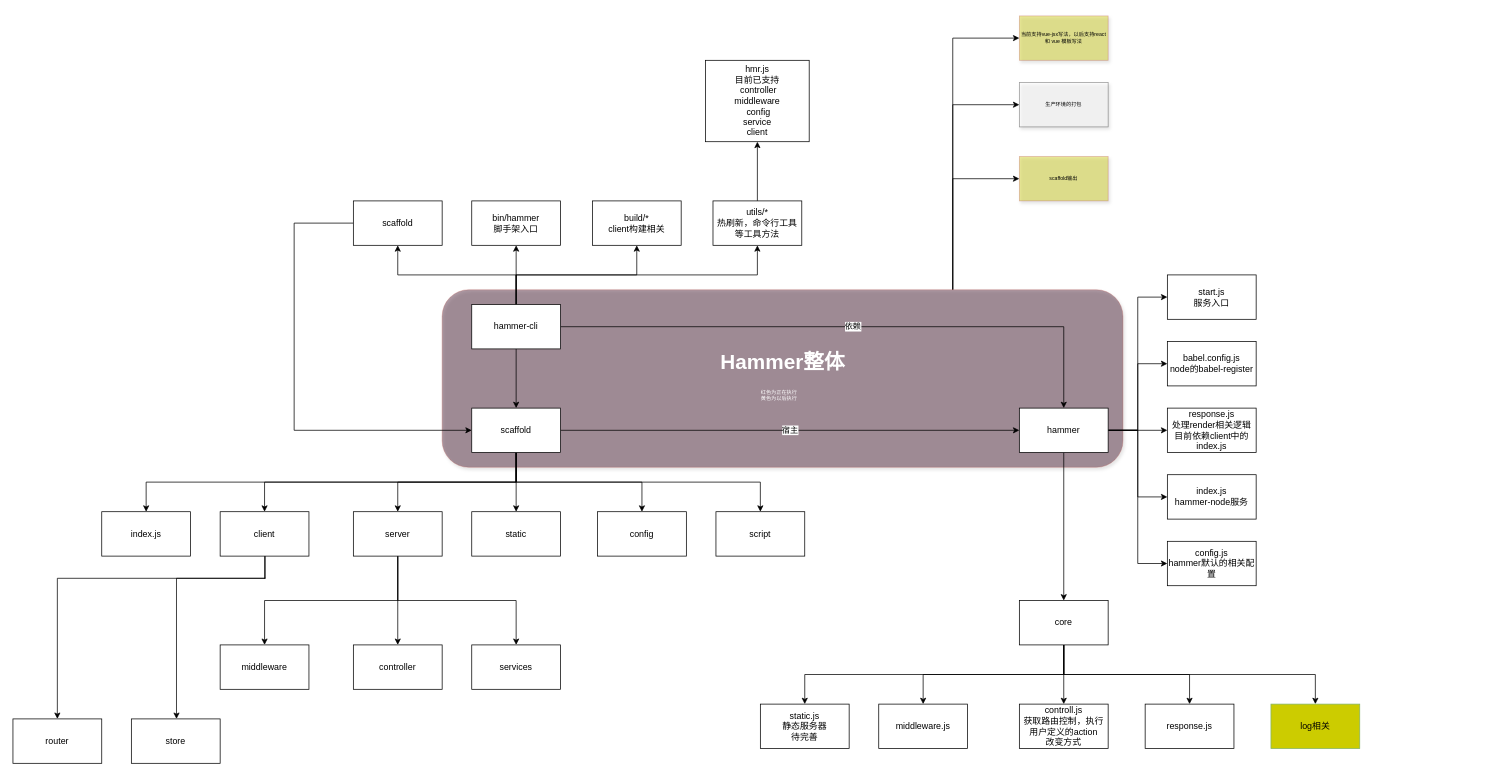
Earlier version of the draw.io diagram design&progress.drawio (FoxDaxian/hammer). Source tidied: cells renumbered, new cells numbered last; positions are measured from the earlier drawing's top-left corner, leaving out a move shared by most shapes. Both pictures are drawn from the tidied source at 74%, with x=0, y=0 at pixel (13, 16).
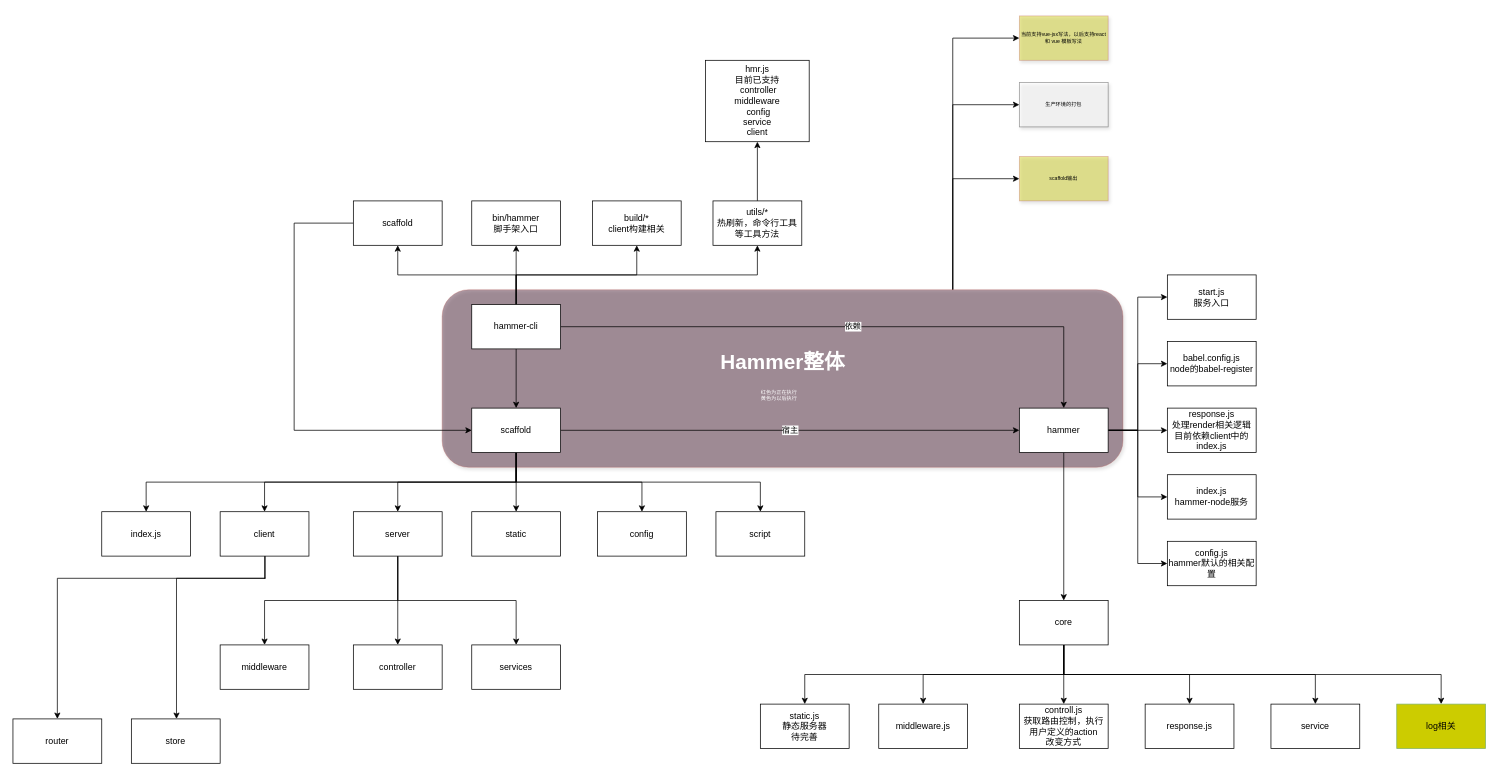
The same page after the edit.

The change refers to these unchanged cells:
```xml
<mxCell id="45" value="core" style="rounded=0;whiteSpace=wrap;html=1;" parent="1" vertex="1">
  <mxGeometry x="1360" y="790" width="120" height="60" as="geometry" />
</mxCell>
```

Diff of the diagram source:
```diff
@@
+    <mxCell id="72" style="edgeStyle=orthogonalEdgeStyle;rounded=0;jettySize=auto;html=1;exitX=0.5;exitY=1;exitDx=0;exitDy=0;entryX=0.5;entryY=0;entryDx=0;entryDy=0;" parent="1" edge="1" source="45" target="73">
+      <mxGeometry relative="1" as="geometry" />
+    </mxCell>
@@
-    <mxCell id="60" value="log相关" style="rounded=0;whiteSpace=wrap;html=1;fillColor=#CCCC00;strokeColor=#82b366;" parent="1" vertex="1">
+    <mxCell id="60" value="service" style="rounded=0;whiteSpace=wrap;html=1;" parent="1" vertex="1">
       <mxGeometry x="1700" y="930" width="120" height="60" as="geometry" />
     </mxCell>
@@
+    <mxCell id="73" value="log相关" style="rounded=0;whiteSpace=wrap;html=1;fillColor=#CCCC00;strokeColor=#82b366;" parent="1" vertex="1">
+      <mxGeometry x="1870" y="930" width="120" height="60" as="geometry" />
+    </mxCell>
```
